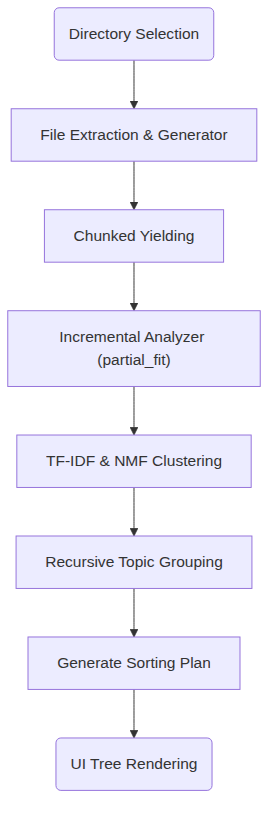
Earlier version of the Mermaid export docs/assets/diagrams/architecture_dataflow.png (fderuiter/sortify). Its source is kept beside it as docs/assets/diagrams/architecture_dataflow.mmd.
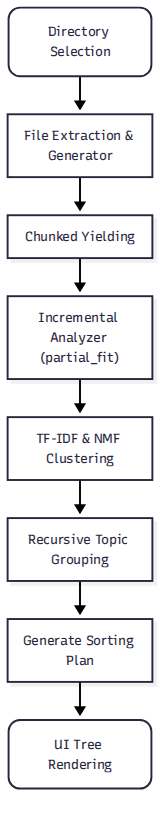
The same diagram one commit later.

What changed in the source:
```diff
@@ -14,3 +14,11 @@
     E --> F
     F --> G
     G --> H
+    click A "docs/user_guide.md#first-run-steps--setup-wizard" "Directory Selection Step"
+    click B "docs/user_guide.md#supported-file-formats" "File Extraction Step"
+    click C tooltip "Chunked Yielding Step"
+    click D tooltip "Analyzer Step"
+    click E "docs/user_guide.md#ai-clustering-constraints" "Clustering Step"
+    click F tooltip "Topic Grouping Step"
+    click G tooltip "Sorting Plan Step"
+    click H "docs/ui.md#appuiplan_treeview" "UI Rendering Step"
```
